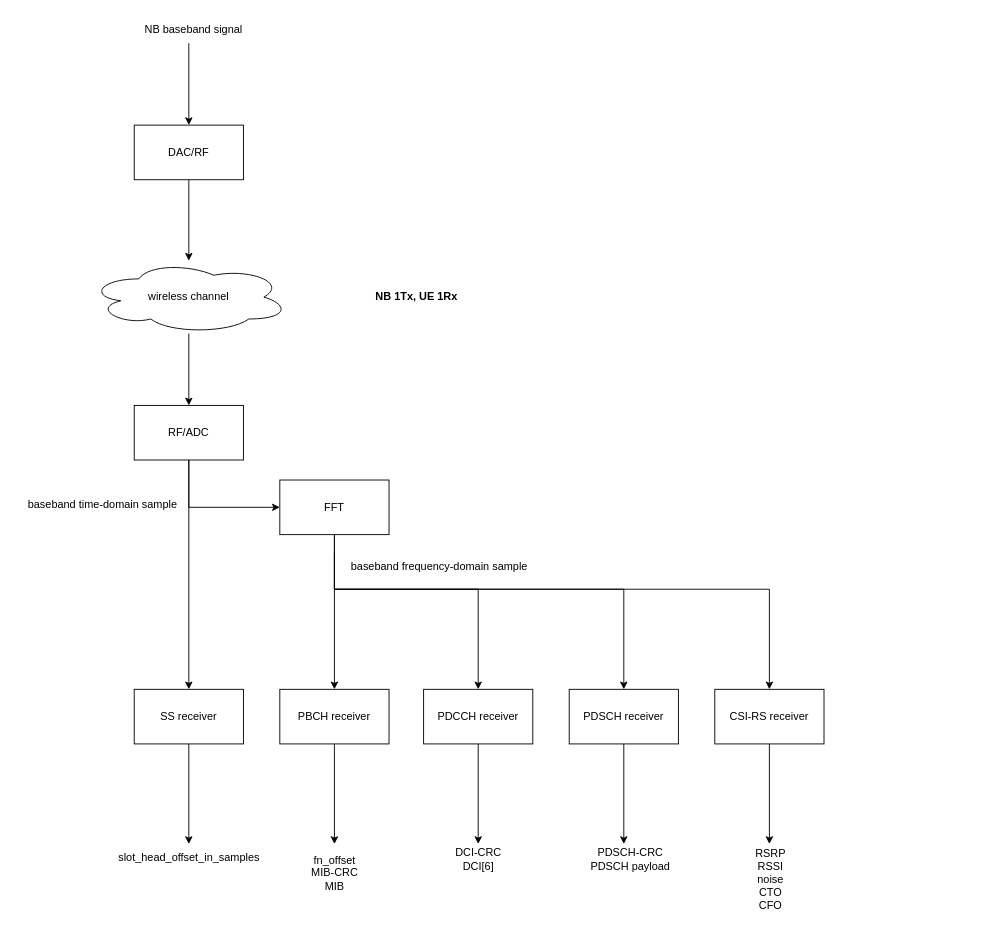
This is page "UE PHY DL Top" (2 of 5) of 2.drawio from wubobupt/drawio, a draw.io file, before an edit. Source tidied: cells renumbered, new cells numbered last; positions are measured from the earlier drawing's top-left corner, leaving out a move shared by most shapes. Both pictures are drawn from the tidied source at 91%, with x=0, y=0 at pixel (15, 15).
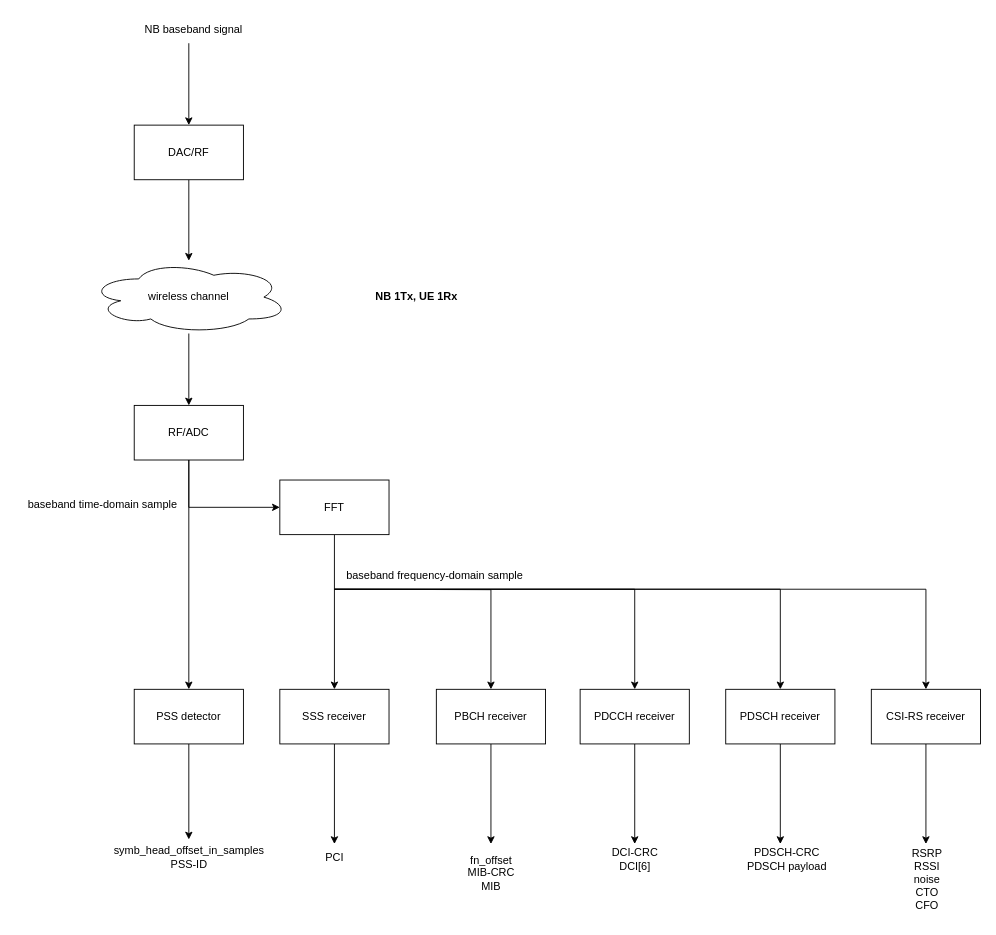
After the change.

The change refers to these unchanged cells:
```xml
<mxCell id="18" value="FFT" style="whiteSpace=wrap;html=1;" parent="1" vertex="1">
  <mxGeometry x="290" y="510" width="120" height="60" as="geometry" />
</mxCell>
```

The edit, as a diff of the source:
```diff
@@
-    <mxCell id="4" value="SS receiver" style="whiteSpace=wrap;html=1;" parent="1" vertex="1">
+    <mxCell id="4" value="PSS detector" style="whiteSpace=wrap;html=1;" parent="1" vertex="1">
       <mxGeometry x="130" y="740" width="120" height="60" as="geometry" />
     </mxCell>
     <mxCell id="5" style="edgeStyle=orthogonalEdgeStyle;rounded=0;jettySize=auto;html=1;exitX=0.5;exitY=1;exitDx=0;exitDy=0;" parent="1" edge="1" source="6">
       <mxGeometry relative="1" as="geometry">
-        <mxPoint x="508" y="910" as="targetPoint" />
+        <mxPoint x="680" y="910" as="targetPoint" />
       </mxGeometry>
     </mxCell>
     <mxCell id="6" value="PDCCH receiver" style="whiteSpace=wrap;html=1;" parent="1" vertex="1">
-      <mxGeometry x="448" y="740" width="120" height="60" as="geometry" />
+      <mxGeometry x="620" y="740" width="120" height="60" as="geometry" />
     </mxCell>
     <mxCell id="7" style="edgeStyle=orthogonalEdgeStyle;rounded=0;jettySize=auto;html=1;exitX=0.5;exitY=1;exitDx=0;exitDy=0;" parent="1" edge="1" source="8">
       <mxGeometry relative="1" as="geometry">
-        <mxPoint x="668" y="910" as="targetPoint" />
+        <mxPoint x="840" y="910" as="targetPoint" />
       </mxGeometry>
     </mxCell>
     <mxCell id="8" value="PDSCH receiver" style="whiteSpace=wrap;html=1;" parent="1" vertex="1">
-      <mxGeometry x="608" y="740" width="120" height="60" as="geometry" />
+      <mxGeometry x="780" y="740" width="120" height="60" as="geometry" />
     </mxCell>
     <mxCell id="9" style="edgeStyle=orthogonalEdgeStyle;rounded=0;jettySize=auto;html=1;exitX=0.5;exitY=1;exitDx=0;exitDy=0;" parent="1" edge="1" source="10">
       <mxGeometry relative="1" as="geometry">
-        <mxPoint x="828" y="910" as="targetPoint" />
+        <mxPoint x="1000" y="910" as="targetPoint" />
       </mxGeometry>
     </mxCell>
     <mxCell id="10" value="CSI-RS receiver" style="whiteSpace=wrap;html=1;" parent="1" vertex="1">
-      <mxGeometry x="768" y="740" width="120" height="60" as="geometry" />
+      <mxGeometry x="940" y="740" width="120" height="60" as="geometry" />
     </mxCell>
@@
-    <mxCell id="14" style="edgeStyle=orthogonalEdgeStyle;rounded=0;jettySize=auto;html=1;exitX=0.5;exitY=1;exitDx=0;exitDy=0;entryX=0.5;entryY=0;entryDx=0;entryDy=0;" parent="1" edge="1" source="18" target="6">
+    <mxCell id="14" style="edgeStyle=orthogonalEdgeStyle;rounded=0;jettySize=auto;html=1;entryX=0.5;entryY=0;entryDx=0;entryDy=0;" parent="1" edge="1" target="6">
       <mxGeometry relative="1" as="geometry">
+        <mxPoint x="350" y="630" as="sourcePoint" />
         <Array as="points">
-          <mxPoint x="350" y="630" />
-          <mxPoint x="508" y="630" />
+          <mxPoint x="522" y="630" />
+          <mxPoint x="680" y="630" />
         </Array>
       </mxGeometry>
     </mxCell>
     <mxCell id="15" style="edgeStyle=orthogonalEdgeStyle;rounded=0;jettySize=auto;html=1;entryX=0.5;entryY=0;entryDx=0;entryDy=0;" parent="1" edge="1" target="8">
       <mxGeometry relative="1" as="geometry">
-        <mxPoint x="350" y="590" as="sourcePoint" />
+        <mxPoint x="350" y="630" as="sourcePoint" />
         <Array as="points">
-          <mxPoint x="350" y="630" />
-          <mxPoint x="668" y="630" />
+          <mxPoint x="522" y="630" />
+          <mxPoint x="840" y="630" />
         </Array>
       </mxGeometry>
     </mxCell>
     <mxCell id="16" style="edgeStyle=orthogonalEdgeStyle;rounded=0;jettySize=auto;html=1;entryX=0.5;entryY=0;entryDx=0;entryDy=0;" parent="1" edge="1" target="10">
       <mxGeometry relative="1" as="geometry">
-        <mxPoint x="350" y="590" as="sourcePoint" />
+        <mxPoint x="350" y="630" as="sourcePoint" />
         <Array as="points">
-          <mxPoint x="350" y="630" />
-          <mxPoint x="828" y="630" />
+          <mxPoint x="522" y="630" />
+          <mxPoint x="1000" y="630" />
         </Array>
       </mxGeometry>
     </mxCell>
-    <mxCell id="17" style="edgeStyle=orthogonalEdgeStyle;rounded=0;jettySize=auto;html=1;exitX=0.5;exitY=1;exitDx=0;exitDy=0;entryX=0.5;entryY=0;entryDx=0;entryDy=0;" parent="1" edge="1" source="18" target="32">
-      <mxGeometry relative="1" as="geometry" />
+    <mxCell id="17" style="edgeStyle=orthogonalEdgeStyle;rounded=0;jettySize=auto;html=1;entryX=0.5;entryY=0;entryDx=0;entryDy=0;" parent="1" edge="1" target="32">
+      <mxGeometry relative="1" as="geometry">
+        <mxPoint x="350" y="630" as="sourcePoint" />
+      </mxGeometry>
     </mxCell>
+    <mxCell id="34" style="edgeStyle=orthogonalEdgeStyle;rounded=0;jettySize=auto;html=1;entryX=0.5;entryY=0;entryDx=0;entryDy=0;" parent="1" edge="1" source="18" target="36">
+      <mxGeometry relative="1" as="geometry" />
+    </mxCell>
@@
-    <mxCell id="19" value="&lt;div&gt;slot_head_offset_in_samples&lt;/div&gt;" style="text;html=1;align=center;verticalAlign=middle;points=[];strokeColor=none;fillColor=none;" parent="1" vertex="1">
-      <mxGeometry x="100" y="910" width="180" height="30" as="geometry" />
+    <mxCell id="19" value="&lt;div&gt;symb_head_offset_in_samples&lt;/div&gt;&lt;div&gt;PSS-ID&lt;/div&gt;" style="text;html=1;align=center;verticalAlign=middle;points=[];strokeColor=none;fillColor=none;" parent="1" vertex="1">
+      <mxGeometry x="95" y="905" width="190" height="40" as="geometry" />
     </mxCell>
     <mxCell id="20" value="&lt;div&gt;DCI-CRC&lt;/div&gt;DCI[6]" style="text;html=1;align=center;verticalAlign=middle;strokeColor=none;fillColor=none;" parent="1" vertex="1">
-      <mxGeometry x="473" y="907" width="70" height="40" as="geometry" />
+      <mxGeometry x="645" y="907" width="70" height="40" as="geometry" />
     </mxCell>
     <mxCell id="21" value="&lt;div&gt;PDSCH-CRC&lt;/div&gt;PDSCH payload" style="text;html=1;align=center;verticalAlign=middle;strokeColor=none;fillColor=none;" parent="1" vertex="1">
-      <mxGeometry x="620" y="907" width="110" height="40" as="geometry" />
+      <mxGeometry x="792" y="907" width="110" height="40" as="geometry" />
     </mxCell>
     <mxCell id="22" value="RSRP&lt;div&gt;RSSI&lt;/div&gt;&lt;div&gt;noise&lt;/div&gt;&lt;div&gt;CTO&lt;/div&gt;&lt;div&gt;CFO&lt;/div&gt;" style="text;html=1;align=center;verticalAlign=middle;strokeColor=none;fillColor=none;" parent="1" vertex="1">
-      <mxGeometry x="799" y="904" width="60" height="90" as="geometry" />
+      <mxGeometry x="971" y="904" width="60" height="90" as="geometry" />
     </mxCell>
@@
     <mxCell id="24" value="baseband frequency-domain sample" style="text;html=1;align=center;verticalAlign=middle;strokeColor=none;fillColor=none;" parent="1" vertex="1">
-      <mxGeometry x="355" y="590" width="220" height="30" as="geometry" />
+      <mxGeometry x="350" y="600" width="220" height="30" as="geometry" />
     </mxCell>
@@
     <mxCell id="31" style="edgeStyle=orthogonalEdgeStyle;rounded=0;jettySize=auto;html=1;exitX=0.5;exitY=1;exitDx=0;exitDy=0;" parent="1" edge="1" source="32">
       <mxGeometry relative="1" as="geometry">
-        <mxPoint x="350" y="910" as="targetPoint" />
+        <mxPoint x="522" y="910" as="targetPoint" />
       </mxGeometry>
     </mxCell>
     <mxCell id="32" value="PBCH receiver" style="whiteSpace=wrap;html=1;" parent="1" vertex="1">
-      <mxGeometry x="290" y="740" width="120" height="60" as="geometry" />
+      <mxGeometry x="462" y="740" width="120" height="60" as="geometry" />
     </mxCell>
     <mxCell id="33" value="fn_offset&lt;div&gt;MIB-CRC&lt;/div&gt;&lt;div&gt;MIB&lt;/div&gt;" style="text;html=1;align=center;verticalAlign=middle;strokeColor=none;fillColor=none;" parent="1" vertex="1">
-      <mxGeometry x="315" y="912" width="70" height="60" as="geometry" />
+      <mxGeometry x="487" y="912" width="70" height="60" as="geometry" />
     </mxCell>
+    <mxCell id="35" style="edgeStyle=orthogonalEdgeStyle;rounded=0;jettySize=auto;html=1;exitX=0.5;exitY=1;exitDx=0;exitDy=0;" parent="1" edge="1" source="36" target="37">
+      <mxGeometry relative="1" as="geometry" />
+    </mxCell>
+    <mxCell id="36" value="SSS receiver" style="whiteSpace=wrap;html=1;" parent="1" vertex="1">
+      <mxGeometry x="290" y="740" width="120" height="60" as="geometry" />
+    </mxCell>
+    <mxCell id="37" value="&lt;div&gt;PCI&lt;/div&gt;" style="text;html=1;align=center;verticalAlign=middle;points=[];strokeColor=none;fillColor=none;" parent="1" vertex="1">
+      <mxGeometry x="330" y="910" width="40" height="30" as="geometry" />
+    </mxCell>
```
